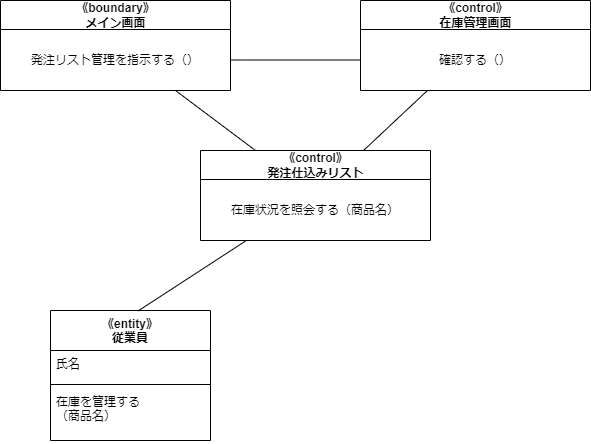
This is psp4/分析モデルのクラス図/分析モデルクラス図_発注仕込み.drawio.png from MasakiHiguchi/---, a draw.io export, as it was before one commit. Source tidied: cells renumbered, new cells last; positions are measured from the earlier drawing's top-left corner, leaving out a move shared by most shapes.
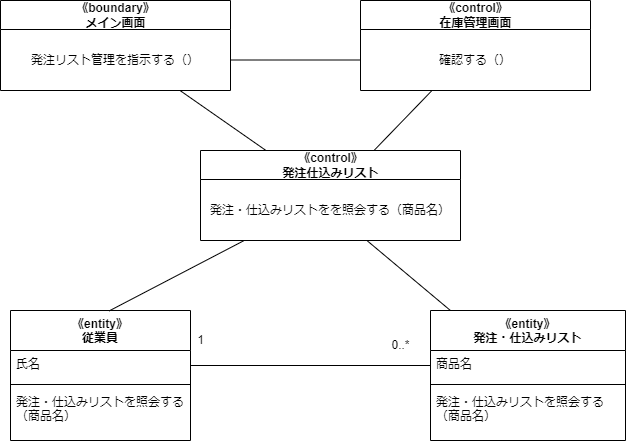
Above is the later version.

What changed in the source:
```diff
@@ -3,25 +3,25 @@
     <mxCell id="0" />
     <mxCell id="1" parent="0" />
     <mxCell id="2" value="《entity》&#10;従業員" style="swimlane;fontStyle=1;align=center;verticalAlign=top;horizontal=1;startSize=40;" parent="1" vertex="1">
-      <mxGeometry x="50" y="310" width="160" height="130" as="geometry" />
+      <mxGeometry x="10" y="310" width="180" height="130" as="geometry" />
     </mxCell>
     <mxCell id="3" value="氏名" style="text;strokeColor=none;fillColor=none;align=left;verticalAlign=top;spacingLeft=4;spacingRight=4;overflow=hidden;points=[[0,0.5],[1,0.5]];portConstraint=eastwest;" parent="2" vertex="1">
-      <mxGeometry y="40" width="160" height="30" as="geometry" />
+      <mxGeometry y="40" width="180" height="30" as="geometry" />
     </mxCell>
     <mxCell id="4" style="line;strokeWidth=1;fillColor=none;align=left;verticalAlign=middle;spacingTop=-1;spacingLeft=3;spacingRight=3;labelPosition=right;strokeColor=inherit;" parent="2" vertex="1">
-      <mxGeometry y="70" width="160" height="8" as="geometry" />
+      <mxGeometry y="70" width="180" height="8" as="geometry" />
     </mxCell>
-    <mxCell id="5" value="在庫を管理する&#10;（商品名）" style="text;strokeColor=none;fillColor=none;align=left;verticalAlign=top;spacingLeft=4;spacingRight=4;overflow=hidden;" parent="2" vertex="1">
-      <mxGeometry y="78" width="160" height="52" as="geometry" />
+    <mxCell id="5" value="発注・仕込みリストを照会する&#10;（商品名）" style="text;strokeColor=none;fillColor=none;align=left;verticalAlign=top;spacingLeft=4;spacingRight=4;overflow=hidden;" parent="2" vertex="1">
+      <mxGeometry y="78" width="180" height="52" as="geometry" />
     </mxCell>
     <mxCell id="6" style="edgeStyle=none;html=1;entryX=0.547;entryY=0.004;entryDx=0;entryDy=0;entryPerimeter=0;endArrow=none;endFill=0;" parent="1" edge="1" source="7" target="2">
       <mxGeometry relative="1" as="geometry" />
     </mxCell>
     <mxCell id="7" value="《control》&lt;br&gt;発注仕込みリスト" style="swimlane;fontStyle=1;align=center;verticalAlign=middle;horizontal=1;startSize=29;html=1;" parent="1" vertex="1">
-      <mxGeometry x="200" y="150" width="230" height="90" as="geometry" />
+      <mxGeometry x="200" y="150" width="260" height="90" as="geometry" />
     </mxCell>
-    <mxCell id="8" value="在庫状況を照会する（商品名）" style="text;html=1;strokeColor=none;fillColor=none;align=center;verticalAlign=middle;spacingLeft=4;spacingRight=4;overflow=hidden;points=[[0,0.5],[1,0.5]];portConstraint=eastwest;" parent="7" vertex="1">
-      <mxGeometry y="29" width="230" height="61" as="geometry" />
+    <mxCell id="8" value="発注・仕込みリストをを照会する（商品名）" style="text;html=1;strokeColor=none;fillColor=none;align=center;verticalAlign=middle;spacingLeft=4;spacingRight=4;overflow=hidden;points=[[0,0.5],[1,0.5]];portConstraint=eastwest;" parent="7" vertex="1">
+      <mxGeometry y="29" width="260" height="61" as="geometry" />
     </mxCell>
     <mxCell id="9" style="edgeStyle=none;html=1;endArrow=none;endFill=0;" parent="1" edge="1" source="10" target="7">
       <mxGeometry relative="1" as="geometry" />
@@ -44,5 +44,29 @@
     <mxCell id="15" style="edgeStyle=none;html=1;entryX=0;entryY=0.5;entryDx=0;entryDy=0;endArrow=none;endFill=0;" parent="1" edge="1" source="11" target="14">
       <mxGeometry relative="1" as="geometry" />
     </mxCell>
+    <mxCell id="16" value="《entity》&#10;発注・仕込みリスト" style="swimlane;fontStyle=1;align=center;verticalAlign=top;horizontal=1;startSize=40;" parent="1" vertex="1">
+      <mxGeometry x="430" y="310" width="195" height="130" as="geometry" />
+    </mxCell>
+    <mxCell id="17" value="商品名" style="text;strokeColor=none;fillColor=none;align=left;verticalAlign=top;spacingLeft=4;spacingRight=4;overflow=hidden;points=[[0,0.5],[1,0.5]];portConstraint=eastwest;" parent="16" vertex="1">
+      <mxGeometry y="40" width="195" height="30" as="geometry" />
+    </mxCell>
+    <mxCell id="18" style="line;strokeWidth=1;fillColor=none;align=left;verticalAlign=middle;spacingTop=-1;spacingLeft=3;spacingRight=3;labelPosition=right;strokeColor=inherit;" parent="16" vertex="1">
+      <mxGeometry y="70" width="195" height="8" as="geometry" />
+    </mxCell>
+    <mxCell id="19" value="発注・仕込みリストを照会する&#10;（商品名）" style="text;strokeColor=none;fillColor=none;align=left;verticalAlign=top;spacingLeft=4;spacingRight=4;overflow=hidden;" parent="16" vertex="1">
+      <mxGeometry y="78" width="195" height="52" as="geometry" />
+    </mxCell>
+    <mxCell id="20" style="edgeStyle=none;html=1;endArrow=none;endFill=0;entryX=0;entryY=0.5;entryDx=0;entryDy=0;" parent="1" edge="1" source="3" target="17">
+      <mxGeometry relative="1" as="geometry" />
+    </mxCell>
+    <mxCell id="21" value="0..*" style="text;html=1;align=center;verticalAlign=middle;strokeColor=none;fillColor=none;" parent="1" vertex="1">
+      <mxGeometry x="380" y="330" width="40" height="30" as="geometry" />
+    </mxCell>
+    <mxCell id="22" value="1" style="text;html=1;align=center;verticalAlign=middle;strokeColor=none;fillColor=none;" parent="1" vertex="1">
+      <mxGeometry x="185" y="325" width="30" height="30" as="geometry" />
+    </mxCell>
+    <mxCell id="23" style="edgeStyle=none;html=1;endArrow=none;endFill=0;" parent="1" edge="1" source="8" target="16">
+      <mxGeometry relative="1" as="geometry" />
+    </mxCell>
   </root>
 </mxGraphModel>
```
